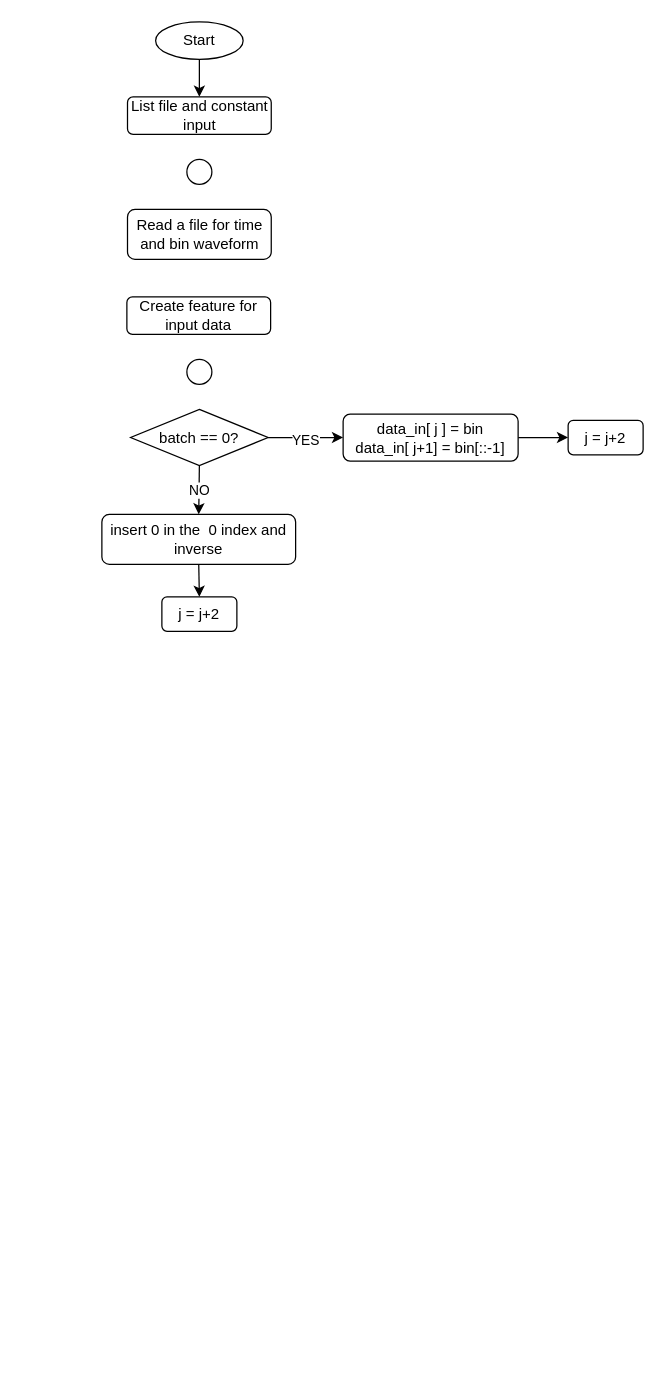
Above: Training.drawio in MingNarongthat/FCCS_Prediction (draw.io), before the change. Source tidied: cells renumbered, new cells numbered last; positions are measured from the earlier drawing's top-left corner, leaving out a move shared by most shapes. Both pictures are drawn from the tidied source at 125%, with x=0, y=0 at pixel (101, 21).
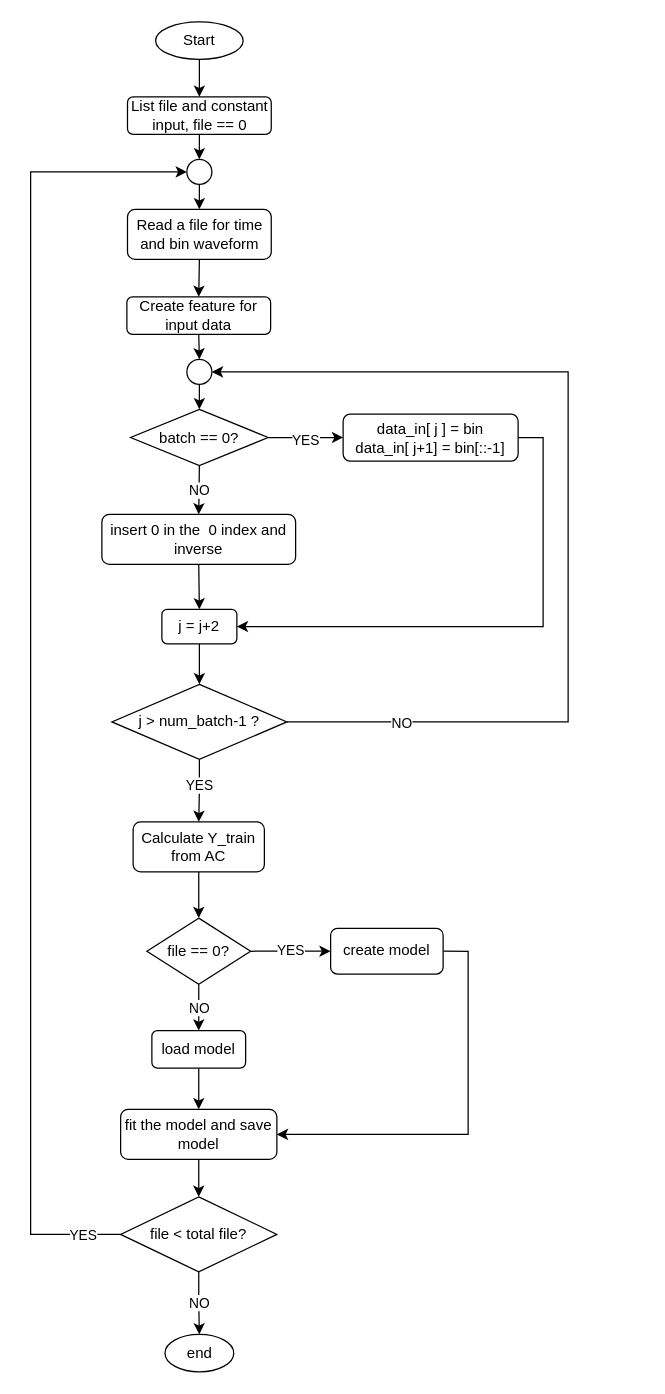
Above is the later version.

The change refers to these unchanged cells:
```xml
<mxCell id="5" style="ellipse;whiteSpace=wrap;html=1;" parent="1" vertex="1">
  <mxGeometry x="68" y="110" width="20" height="20" as="geometry" />
</mxCell>
<mxCell id="6" value="Read a file for time and bin waveform" style="rounded=1;whiteSpace=wrap;html=1;" parent="1" vertex="1">
  <mxGeometry x="20.5" y="150" width="115" height="40" as="geometry" />
</mxCell>
<mxCell id="7" value="Create feature for input data" style="rounded=1;whiteSpace=wrap;html=1;" parent="1" vertex="1">
  <mxGeometry x="20" y="220" width="115" height="30" as="geometry" />
</mxCell>
<mxCell id="11" value="batch == 0?" style="rhombus;whiteSpace=wrap;html=1;" parent="1" vertex="1">
  <mxGeometry x="23" y="310" width="110" height="45" as="geometry" />
</mxCell>
<mxCell id="12" style="ellipse;whiteSpace=wrap;html=1;" parent="1" vertex="1">
  <mxGeometry x="68" y="270" width="20" height="20" as="geometry" />
</mxCell>
<mxCell id="14" value="data_in[ j ] = bin&lt;br&gt;data_in[ j+1] = bin[::-1]" style="rounded=1;whiteSpace=wrap;html=1;" parent="1" vertex="1">
  <mxGeometry x="193" y="313.8" width="140" height="37.5" as="geometry" />
</mxCell>
```

The edit, as a diff of the source:
```diff
@@
+    <mxCell id="19" style="edgeStyle=orthogonalEdgeStyle;rounded=0;jettySize=auto;html=1;exitX=0.5;exitY=1;exitDx=0;exitDy=0;entryX=0.5;entryY=0;entryDx=0;entryDy=0;" parent="1" edge="1" source="4" target="5">
+      <mxGeometry relative="1" as="geometry" />
+    </mxCell>
-    <mxCell id="4" value="List file and constant input" style="rounded=1;whiteSpace=wrap;html=1;" parent="1" vertex="1">
+    <mxCell id="4" value="List file and constant input, file == 0" style="rounded=1;whiteSpace=wrap;html=1;" parent="1" vertex="1">
       <mxGeometry x="20.5" y="60" width="115" height="30" as="geometry" />
     </mxCell>
+    <mxCell id="20" style="edgeStyle=orthogonalEdgeStyle;rounded=0;jettySize=auto;html=1;exitX=0.5;exitY=1;exitDx=0;exitDy=0;entryX=0.5;entryY=0;entryDx=0;entryDy=0;" parent="1" edge="1" source="5" target="6">
+      <mxGeometry relative="1" as="geometry" />
+    </mxCell>
@@
+    <mxCell id="21" style="edgeStyle=orthogonalEdgeStyle;rounded=0;jettySize=auto;html=1;exitX=0.5;exitY=1;exitDx=0;exitDy=0;entryX=0.5;entryY=0;entryDx=0;entryDy=0;" parent="1" edge="1" source="6" target="7">
+      <mxGeometry relative="1" as="geometry" />
+    </mxCell>
@@
+    <mxCell id="22" style="edgeStyle=orthogonalEdgeStyle;rounded=0;jettySize=auto;html=1;exitX=0.5;exitY=1;exitDx=0;exitDy=0;entryX=0.5;entryY=0;entryDx=0;entryDy=0;" parent="1" edge="1" source="7" target="12">
+      <mxGeometry relative="1" as="geometry" />
+    </mxCell>
@@
+    <mxCell id="23" style="edgeStyle=orthogonalEdgeStyle;rounded=0;jettySize=auto;html=1;exitX=0.5;exitY=1;exitDx=0;exitDy=0;entryX=0.5;entryY=0;entryDx=0;entryDy=0;" parent="1" edge="1" source="12" target="11">
+      <mxGeometry relative="1" as="geometry" />
+    </mxCell>
@@
-    <mxCell id="13" style="edgeStyle=orthogonalEdgeStyle;rounded=0;jettySize=auto;html=1;exitX=1;exitY=0.5;exitDx=0;exitDy=0;entryX=0;entryY=0.5;entryDx=0;entryDy=0;" parent="1" edge="1" source="14" target="15">
-      <mxGeometry relative="1" as="geometry" />
-    </mxCell>
+    <mxCell id="24" style="edgeStyle=orthogonalEdgeStyle;rounded=0;jettySize=auto;html=1;exitX=1;exitY=0.5;exitDx=0;exitDy=0;entryX=1;entryY=0.5;entryDx=0;entryDy=0;" parent="1" edge="1" source="14" target="18">
+      <mxGeometry relative="1" as="geometry" />
+    </mxCell>
@@
-    <mxCell id="15" value="j = j+2" style="rounded=1;whiteSpace=wrap;html=1;" parent="1" vertex="1">
-      <mxGeometry x="373" y="318.8" width="60" height="27.5" as="geometry" />
-    </mxCell>
@@
+    <mxCell id="25" style="edgeStyle=orthogonalEdgeStyle;rounded=0;jettySize=auto;html=1;exitX=0.5;exitY=1;exitDx=0;exitDy=0;entryX=0.5;entryY=0;entryDx=0;entryDy=0;" parent="1" edge="1" source="18" target="30">
+      <mxGeometry relative="1" as="geometry" />
+    </mxCell>
     <mxCell id="18" value="j = j+2" style="rounded=1;whiteSpace=wrap;html=1;" parent="1" vertex="1">
-      <mxGeometry x="48" y="460" width="60" height="27.5" as="geometry" />
+      <mxGeometry x="48" y="470" width="60" height="27.5" as="geometry" />
     </mxCell>
+    <mxCell id="26" style="edgeStyle=orthogonalEdgeStyle;rounded=0;jettySize=auto;html=1;exitX=1;exitY=0.5;exitDx=0;exitDy=0;entryX=1;entryY=0.5;entryDx=0;entryDy=0;" parent="1" edge="1" source="30" target="12">
+      <mxGeometry relative="1" as="geometry">
+        <Array as="points">
+          <mxPoint x="373" y="560" />
+          <mxPoint x="373" y="280" />
+        </Array>
+      </mxGeometry>
+    </mxCell>
+    <mxCell id="27" value="NO" style="edgeLabel;html=1;align=center;verticalAlign=middle;" parent="26" vertex="1">
+      <mxGeometry x="-0.77" relative="1" as="geometry" />
+    </mxCell>
+    <mxCell id="28" style="edgeStyle=orthogonalEdgeStyle;rounded=0;jettySize=auto;html=1;exitX=0.5;exitY=1;exitDx=0;exitDy=0;entryX=0.5;entryY=0;entryDx=0;entryDy=0;" parent="1" edge="1" source="30" target="32">
+      <mxGeometry relative="1" as="geometry" />
+    </mxCell>
+    <mxCell id="29" value="YES" style="edgeLabel;html=1;align=center;verticalAlign=middle;" parent="28" vertex="1">
+      <mxGeometry x="-0.21" y="-1" relative="1" as="geometry" />
+    </mxCell>
+    <mxCell id="30" value="j &amp;gt; num_batch-1 ?" style="rhombus;whiteSpace=wrap;html=1;" parent="1" vertex="1">
+      <mxGeometry x="8" y="530" width="140" height="60" as="geometry" />
+    </mxCell>
+    <mxCell id="31" style="edgeStyle=orthogonalEdgeStyle;rounded=0;jettySize=auto;html=1;exitX=0.5;exitY=1;exitDx=0;exitDy=0;entryX=0.5;entryY=0;entryDx=0;entryDy=0;" parent="1" edge="1" source="32" target="35">
+      <mxGeometry relative="1" as="geometry" />
+    </mxCell>
+    <mxCell id="32" value="Calculate Y_train from AC" style="rounded=1;whiteSpace=wrap;html=1;" parent="1" vertex="1">
+      <mxGeometry x="25" y="640" width="105" height="40" as="geometry" />
+    </mxCell>
+    <mxCell id="33" value="YES" style="edgeStyle=orthogonalEdgeStyle;rounded=0;jettySize=auto;html=1;exitX=1;exitY=0.5;exitDx=0;exitDy=0;entryX=0;entryY=0.5;entryDx=0;entryDy=0;" parent="1" edge="1" source="35" target="37">
+      <mxGeometry relative="1" as="geometry" />
+    </mxCell>
+    <mxCell id="34" value="NO" style="edgeStyle=orthogonalEdgeStyle;rounded=0;jettySize=auto;html=1;exitX=0.5;exitY=1;exitDx=0;exitDy=0;entryX=0.5;entryY=0;entryDx=0;entryDy=0;" parent="1" edge="1" source="35" target="39">
+      <mxGeometry relative="1" as="geometry" />
+    </mxCell>
+    <mxCell id="35" value="file == 0?" style="rhombus;whiteSpace=wrap;html=1;" parent="1" vertex="1">
+      <mxGeometry x="36" y="717" width="83" height="53" as="geometry" />
+    </mxCell>
+    <mxCell id="36" style="edgeStyle=orthogonalEdgeStyle;rounded=0;jettySize=auto;html=1;exitX=1;exitY=0.5;exitDx=0;exitDy=0;entryX=1;entryY=0.5;entryDx=0;entryDy=0;" parent="1" edge="1" source="37" target="41">
+      <mxGeometry relative="1" as="geometry" />
+    </mxCell>
+    <mxCell id="37" value="create model" style="rounded=1;whiteSpace=wrap;html=1;" parent="1" vertex="1">
+      <mxGeometry x="183" y="725.2" width="90" height="36.5" as="geometry" />
+    </mxCell>
+    <mxCell id="38" style="edgeStyle=orthogonalEdgeStyle;rounded=0;jettySize=auto;html=1;exitX=0.5;exitY=1;exitDx=0;exitDy=0;entryX=0.5;entryY=0;entryDx=0;entryDy=0;" parent="1" edge="1" source="39" target="41">
+      <mxGeometry relative="1" as="geometry" />
+    </mxCell>
+    <mxCell id="39" value="load model" style="rounded=1;whiteSpace=wrap;html=1;" parent="1" vertex="1">
+      <mxGeometry x="40" y="807" width="75" height="30" as="geometry" />
+    </mxCell>
+    <mxCell id="40" style="edgeStyle=orthogonalEdgeStyle;rounded=0;jettySize=auto;html=1;exitX=0.5;exitY=1;exitDx=0;exitDy=0;entryX=0.5;entryY=0;entryDx=0;entryDy=0;" parent="1" edge="1" source="41" target="45">
+      <mxGeometry relative="1" as="geometry" />
+    </mxCell>
+    <mxCell id="41" value="fit the model and save model" style="rounded=1;whiteSpace=wrap;html=1;" parent="1" vertex="1">
+      <mxGeometry x="15" y="870" width="125" height="40" as="geometry" />
+    </mxCell>
+    <mxCell id="42" value="NO" style="edgeStyle=orthogonalEdgeStyle;rounded=0;jettySize=auto;html=1;exitX=0.5;exitY=1;exitDx=0;exitDy=0;entryX=0.5;entryY=0;entryDx=0;entryDy=0;" parent="1" edge="1" source="45" target="46">
+      <mxGeometry relative="1" as="geometry" />
+    </mxCell>
+    <mxCell id="43" style="edgeStyle=orthogonalEdgeStyle;rounded=0;jettySize=auto;html=1;exitX=0;exitY=0.5;exitDx=0;exitDy=0;entryX=0;entryY=0.5;entryDx=0;entryDy=0;" parent="1" edge="1" source="45" target="5">
+      <mxGeometry relative="1" as="geometry">
+        <Array as="points">
+          <mxPoint x="-57" y="970" />
+          <mxPoint x="-57" y="120" />
+        </Array>
+      </mxGeometry>
+    </mxCell>
+    <mxCell id="44" value="YES" style="edgeLabel;html=1;align=center;verticalAlign=middle;" parent="43" vertex="1">
+      <mxGeometry x="-0.94" relative="1" as="geometry" />
+    </mxCell>
+    <mxCell id="45" value="file &amp;lt; total file?" style="rhombus;whiteSpace=wrap;html=1;" parent="1" vertex="1">
+      <mxGeometry x="15" y="940" width="125" height="60" as="geometry" />
+    </mxCell>
+    <mxCell id="46" value="end" style="ellipse;whiteSpace=wrap;html=1;" parent="1" vertex="1">
+      <mxGeometry x="50.5" y="1050" width="55" height="30" as="geometry" />
+    </mxCell>
```
